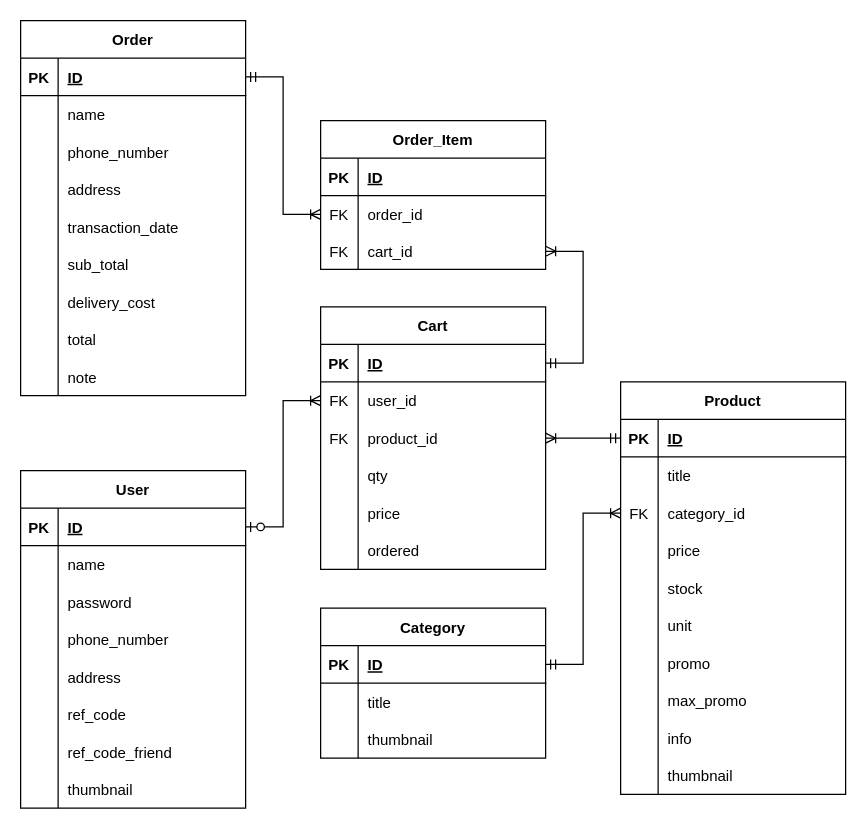
The draw.io diagram db.drawio in sngbd/dapurfresh, before the edit. Source tidied: cells renumbered, new cells numbered last; positions are measured from the earlier drawing's top-left corner, leaving out a move shared by most shapes. Both pictures are drawn from the tidied source at 125%, with x=0, y=0 at pixel (20, 20).
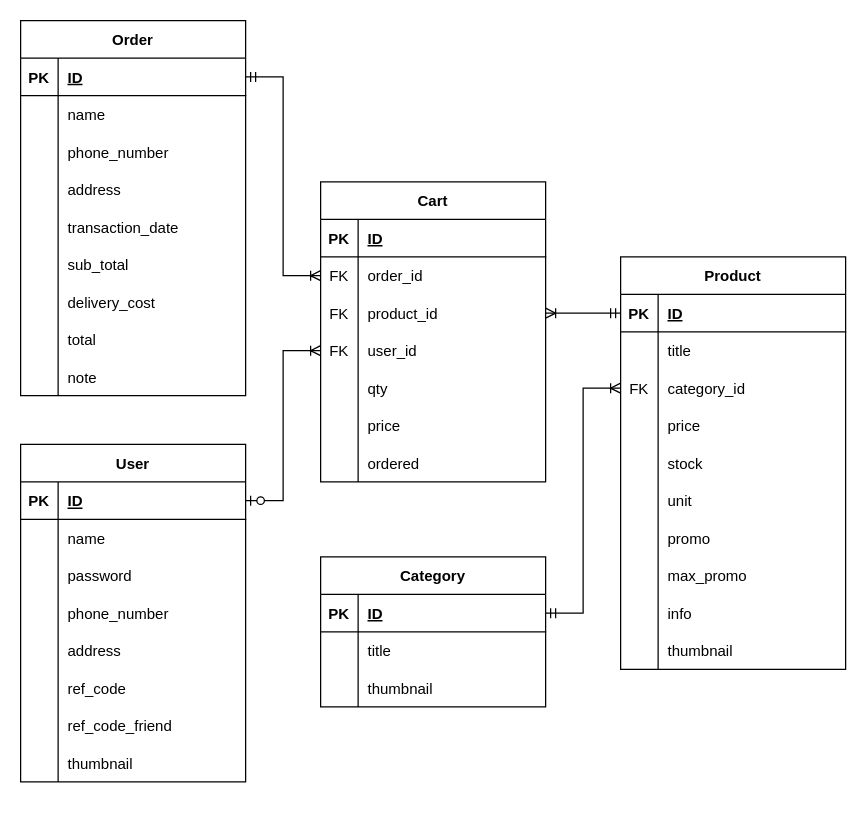
After the change.

Commit message:
docs: remove Order_Item table

Unchanged cells that the change refers to:
```xml
<mxCell id="59" style="shape=tableRow;horizontal=0;startSize=0;swimlaneHead=0;swimlaneBody=0;fillColor=none;points=[[0,0.5],[1,0.5]];portConstraint=eastwest;top=0;left=0;right=0;bottom=1;" parent="58" vertex="1">
  <mxGeometry y="30" width="180" height="30" as="geometry" />
</mxCell>
```

What changed in the source:
```diff
@@
     <mxCell id="2" value="User" style="shape=table;startSize=30;childLayout=tableLayout;rowLines=0;fontStyle=1;align=center;" parent="1" vertex="1">
-      <mxGeometry y="360" width="180" height="270" as="geometry" />
+      <mxGeometry y="339" width="180" height="270" as="geometry" />
     </mxCell>
@@
     <mxCell id="27" value="Product" style="shape=table;startSize=30;childLayout=tableLayout;rowLines=0;fontStyle=1;align=center;" parent="1" vertex="1">
-      <mxGeometry x="480" y="289" width="180" height="330" as="geometry" />
+      <mxGeometry x="480" y="189" width="180" height="330" as="geometry" />
     </mxCell>
@@
     <mxCell id="58" value="Cart" style="shape=table;startSize=30;childLayout=tableLayout;rowLines=0;fontStyle=1;align=center;" parent="1" vertex="1">
-      <mxGeometry x="240" y="229" width="180" height="210" as="geometry" />
+      <mxGeometry x="240" y="129" width="180" height="240" as="geometry" />
     </mxCell>
@@
+    <mxCell id="120" style="shape=tableRow;horizontal=0;startSize=0;swimlaneHead=0;swimlaneBody=0;fillColor=none;points=[[0,0.5],[1,0.5]];portConstraint=eastwest;top=0;left=0;right=0;bottom=0;" parent="58" vertex="1">
+      <mxGeometry y="60" width="180" height="30" as="geometry" />
+    </mxCell>
+    <mxCell id="121" value="FK" style="shape=partialRectangle;fillColor=none;top=0;left=0;bottom=0;right=0;overflow=hidden;" parent="120" vertex="1">
+      <mxGeometry width="30" height="30" as="geometry" />
+    </mxCell>
+    <mxCell id="122" value="order_id" style="shape=partialRectangle;fillColor=none;top=0;left=0;bottom=0;right=0;align=left;spacingLeft=6;overflow=hidden;" parent="120" vertex="1">
+      <mxGeometry x="30" width="150" height="30" as="geometry" />
+    </mxCell>
+    <mxCell id="65" style="shape=tableRow;horizontal=0;startSize=0;swimlaneHead=0;swimlaneBody=0;fillColor=none;points=[[0,0.5],[1,0.5]];portConstraint=eastwest;top=0;left=0;right=0;bottom=0;" parent="58" vertex="1">
+      <mxGeometry y="90" width="180" height="30" as="geometry" />
+    </mxCell>
+    <mxCell id="66" value="FK" style="shape=partialRectangle;fillColor=none;top=0;left=0;bottom=0;right=0;overflow=hidden;" parent="65" vertex="1">
+      <mxGeometry width="30" height="30" as="geometry" />
+    </mxCell>
+    <mxCell id="67" value="product_id" style="shape=partialRectangle;fillColor=none;top=0;left=0;bottom=0;right=0;align=left;spacingLeft=6;overflow=hidden;" parent="65" vertex="1">
+      <mxGeometry x="30" width="150" height="30" as="geometry" />
+    </mxCell>
     <mxCell id="62" style="shape=tableRow;horizontal=0;startSize=0;swimlaneHead=0;swimlaneBody=0;fillColor=none;points=[[0,0.5],[1,0.5]];portConstraint=eastwest;top=0;left=0;right=0;bottom=0;" parent="58" vertex="1">
-      <mxGeometry y="60" width="180" height="30" as="geometry" />
+      <mxGeometry y="120" width="180" height="30" as="geometry" />
     </mxCell>
@@
-    <mxCell id="65" style="shape=tableRow;horizontal=0;startSize=0;swimlaneHead=0;swimlaneBody=0;fillColor=none;points=[[0,0.5],[1,0.5]];portConstraint=eastwest;top=0;left=0;right=0;bottom=0;" parent="58" vertex="1">
-      <mxGeometry y="90" width="180" height="30" as="geometry" />
-    </mxCell>
-    <mxCell id="66" value="FK" style="shape=partialRectangle;fillColor=none;top=0;left=0;bottom=0;right=0;overflow=hidden;" parent="65" vertex="1">
-      <mxGeometry width="30" height="30" as="geometry" />
-    </mxCell>
-    <mxCell id="67" value="product_id" style="shape=partialRectangle;fillColor=none;top=0;left=0;bottom=0;right=0;align=left;spacingLeft=6;overflow=hidden;" parent="65" vertex="1">
-      <mxGeometry x="30" width="150" height="30" as="geometry" />
-    </mxCell>
     <mxCell id="68" style="shape=tableRow;horizontal=0;startSize=0;swimlaneHead=0;swimlaneBody=0;fillColor=none;top=0;left=0;right=0;bottom=0;" parent="58" vertex="1">
-      <mxGeometry y="120" width="180" height="30" as="geometry" />
+      <mxGeometry y="150" width="180" height="30" as="geometry" />
     </mxCell>
@@
     <mxCell id="71" style="shape=tableRow;horizontal=0;startSize=0;swimlaneHead=0;swimlaneBody=0;fillColor=none;top=0;left=0;right=0;bottom=0;" parent="58" vertex="1">
-      <mxGeometry y="150" width="180" height="30" as="geometry" />
+      <mxGeometry y="180" width="180" height="30" as="geometry" />
     </mxCell>
@@
     <mxCell id="74" style="shape=tableRow;horizontal=0;startSize=0;swimlaneHead=0;swimlaneBody=0;fillColor=none;top=0;left=0;right=0;bottom=0;" parent="58" vertex="1">
-      <mxGeometry y="180" width="180" height="30" as="geometry" />
+      <mxGeometry y="210" width="180" height="30" as="geometry" />
     </mxCell>
@@
     <mxCell id="77" value="Category" style="shape=table;startSize=30;childLayout=tableLayout;rowLines=0;fontStyle=1;align=center;" parent="1" vertex="1">
-      <mxGeometry x="240" y="470" width="180" height="120" as="geometry" />
+      <mxGeometry x="240" y="429" width="180" height="120" as="geometry" />
     </mxCell>
@@
-    <mxCell id="116" value="Order_Item" style="shape=table;startSize=30;childLayout=tableLayout;rowLines=0;fontStyle=1;align=center;" parent="1" vertex="1">
-      <mxGeometry x="240" y="80" width="180" height="119" as="geometry" />
-    </mxCell>
-    <mxCell id="117" style="shape=tableRow;horizontal=0;startSize=0;swimlaneHead=0;swimlaneBody=0;fillColor=none;top=0;left=0;right=0;bottom=1;" parent="116" vertex="1">
-      <mxGeometry y="30" width="180" height="30" as="geometry" />
-    </mxCell>
-    <mxCell id="118" value="PK" style="shape=partialRectangle;fillColor=none;top=0;left=0;bottom=0;right=0;fontStyle=1;overflow=hidden;" parent="117" vertex="1">
-      <mxGeometry width="30" height="30" as="geometry" />
-    </mxCell>
-    <mxCell id="119" value="ID" style="shape=partialRectangle;fillColor=none;top=0;left=0;bottom=0;right=0;align=left;spacingLeft=6;fontStyle=5;overflow=hidden;" parent="117" vertex="1">
-      <mxGeometry x="30" width="150" height="30" as="geometry" />
-    </mxCell>
-    <mxCell id="120" style="shape=tableRow;horizontal=0;startSize=0;swimlaneHead=0;swimlaneBody=0;fillColor=none;points=[[0,0.5],[1,0.5]];portConstraint=eastwest;top=0;left=0;right=0;bottom=0;" parent="116" vertex="1">
-      <mxGeometry y="60" width="180" height="30" as="geometry" />
-    </mxCell>
-    <mxCell id="121" value="FK" style="shape=partialRectangle;fillColor=none;top=0;left=0;bottom=0;right=0;overflow=hidden;" parent="120" vertex="1">
-      <mxGeometry width="30" height="30" as="geometry" />
-    </mxCell>
-    <mxCell id="122" value="order_id" style="shape=partialRectangle;fillColor=none;top=0;left=0;bottom=0;right=0;align=left;spacingLeft=6;overflow=hidden;" parent="120" vertex="1">
-      <mxGeometry x="30" width="150" height="30" as="geometry" />
-    </mxCell>
-    <mxCell id="123" style="shape=tableRow;horizontal=0;startSize=0;swimlaneHead=0;swimlaneBody=0;fillColor=none;points=[[0,0.5],[1,0.5]];portConstraint=eastwest;top=0;left=0;right=0;bottom=0;" parent="116" vertex="1">
-      <mxGeometry y="90" width="180" height="29" as="geometry" />
-    </mxCell>
-    <mxCell id="124" value="FK" style="shape=partialRectangle;fillColor=none;top=0;left=0;bottom=0;right=0;overflow=hidden;" parent="123" vertex="1">
-      <mxGeometry width="30" height="29" as="geometry" />
-    </mxCell>
-    <mxCell id="125" value="cart_id" style="shape=partialRectangle;fillColor=none;top=0;left=0;bottom=0;right=0;align=left;spacingLeft=6;overflow=hidden;" parent="123" vertex="1">
-      <mxGeometry x="30" width="150" height="29" as="geometry" />
-    </mxCell>
@@
-    <mxCell id="129" style="edgeStyle=entityRelationEdgeStyle;fontSize=12;html=1;endArrow=ERoneToMany;startArrow=ERmandOne;rounded=0;entryX=1;entryY=0.5;entryDx=0;entryDy=0;exitX=1;exitY=0.5;exitDx=0;exitDy=0;" parent="1" edge="1" source="59" target="123">
-      <mxGeometry relative="1" as="geometry" />
-    </mxCell>
```
